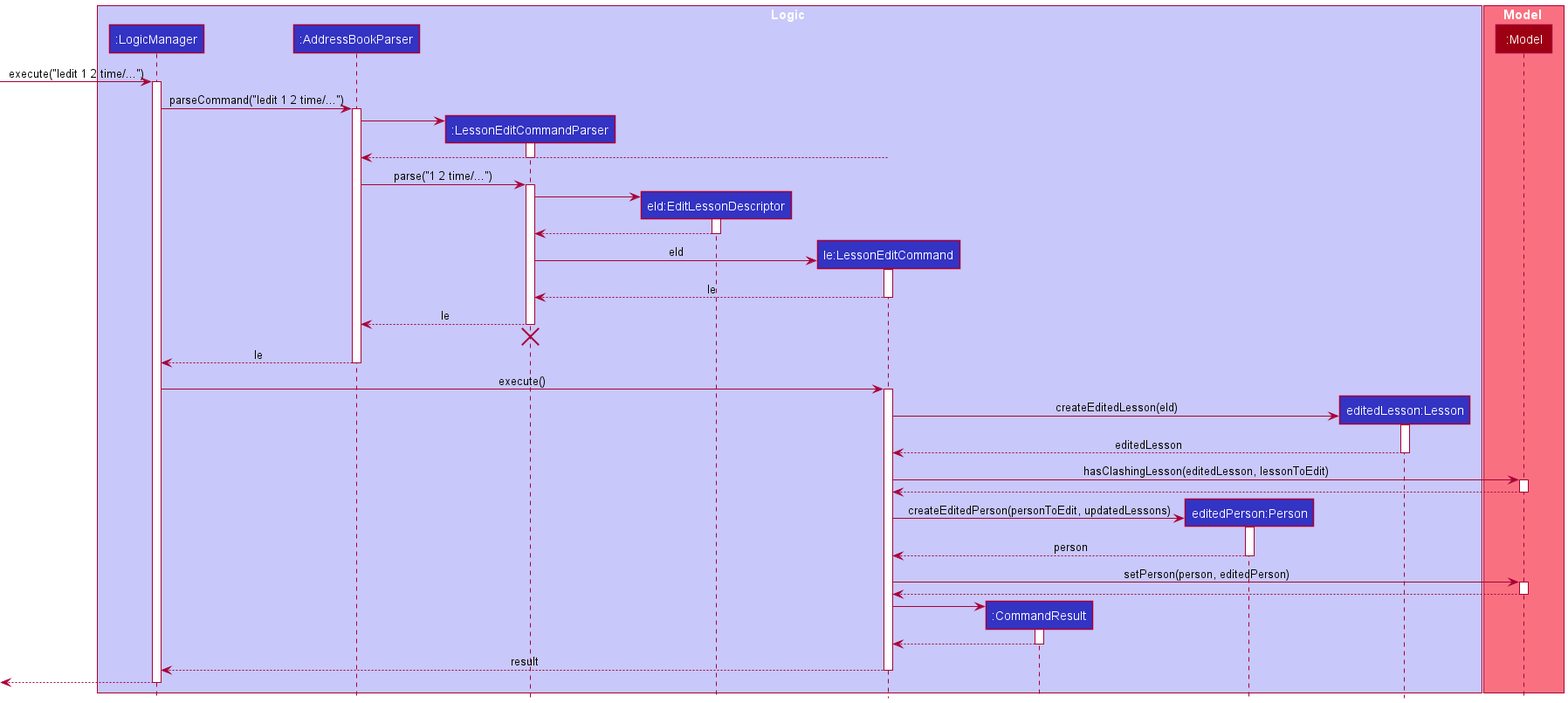
nus-cs2103-AY2122S1/tp keeps this PlantUML diagram as docs/images/LessonEditSequenceDiagram.png. Above is the earlier version.
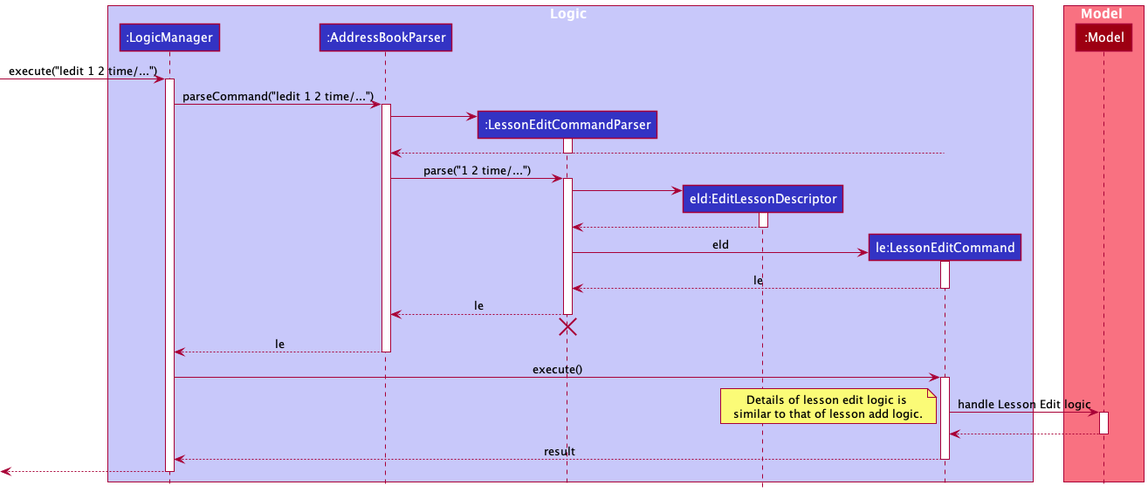
Above is the later version.

What changed in the source:
```diff
@@ -7,9 +7,6 @@
 participant ":LessonEditCommandParser" as LessonEditCommandParser LOGIC_COLOR
 participant "eld:EditLessonDescriptor" as EditLessonDescriptor LOGIC_COLOR
 participant "le:LessonEditCommand" as LessonEditCommand LOGIC_COLOR
-participant ":CommandResult" as CommandResult LOGIC_COLOR
-participant "editedPerson:Person" as Person LOGIC_COLOR
-participant "editedLesson:Lesson" as Lesson LOGIC_COLOR
 
 end box
 
@@ -58,38 +55,16 @@
 LogicManager -> LessonEditCommand : execute()
 activate LessonEditCommand
 
-create Lesson
-LessonEditCommand -> Lesson : createEditedLesson(eld)
-activate Lesson
+LessonEditCommand -> Model : handle Lesson Edit logic
+activate Model
 
-Lesson --> LessonEditCommand : editedLesson
-deactivate Lesson
-
-LessonEditCommand -> Model : hasClashingLesson(editedLesson, lessonToEdit)
-activate Model
+note bottom
+Details of lesson edit logic is
+similar to that of lesson add logic.
+end note
 
 Model --> LessonEditCommand
 deactivate Model
-
-create Person
-LessonEditCommand -> Person : createEditedPerson(personToEdit, updatedLessons)
-activate Person
-
-Person --> LessonEditCommand : person
-deactivate Person
-
-LessonEditCommand -> Model : setPerson(person, editedPerson)
-activate Model
-
-Model --> LessonEditCommand
-deactivate Model
-
-create CommandResult
-LessonEditCommand -> CommandResult
-activate CommandResult
-
-CommandResult --> LessonEditCommand
-deactivate CommandResult
 
 LessonEditCommand --> LogicManager : result
 deactivate LessonEditCommand
```
